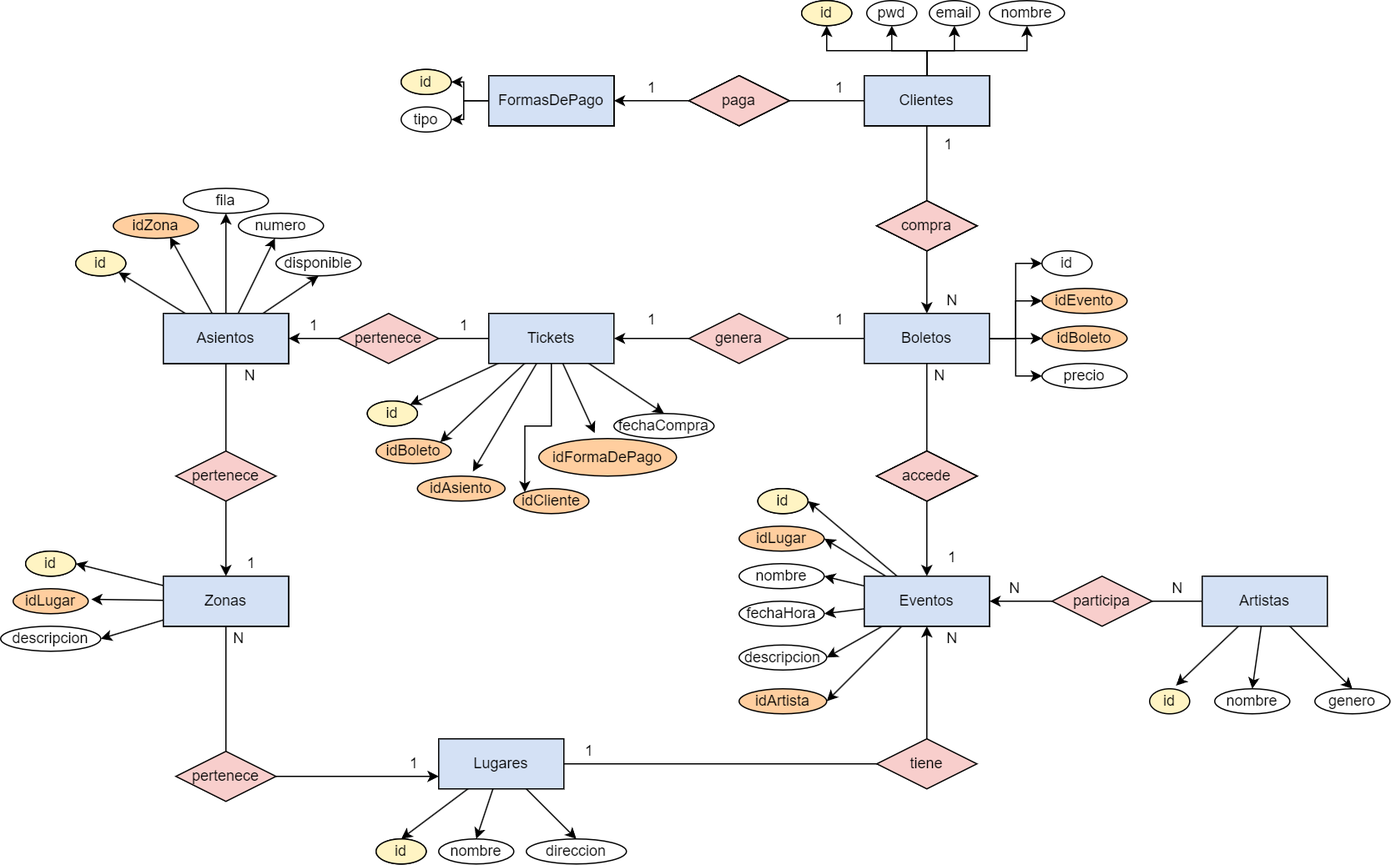
The draw.io diagram TicketMaster/img/Diagrama ER.png in Johann-28/TicketMaster, before a commit. Source tidied: cells renumbered, new cells last; positions are measured from the earlier drawing's top-left corner, leaving out a move shared by most shapes.
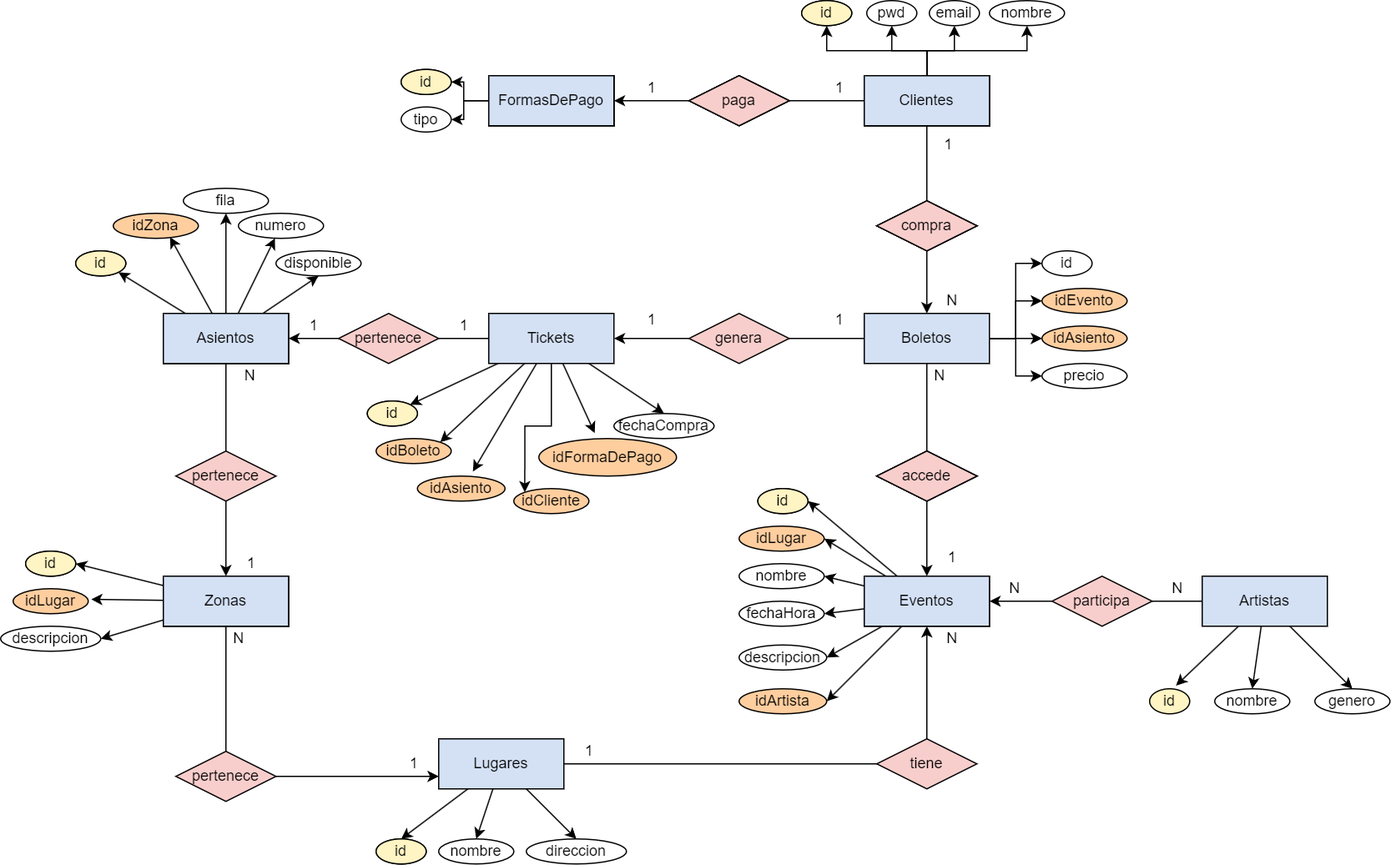
Later version of the same file.

Commit message:
cambiando imagen de diagrama

What changed in the source:
```diff
@@ -275,7 +275,7 @@
     <mxCell id="88" value="idEvento" style="ellipse;whiteSpace=wrap;html=1;fillColor=#FFCE9F;" parent="1" vertex="1">
       <mxGeometry x="832" y="230" width="68" height="20" as="geometry" />
     </mxCell>
-    <mxCell id="89" value="idBoleto" style="ellipse;whiteSpace=wrap;html=1;fillColor=#FFCE9F;" parent="1" vertex="1">
+    <mxCell id="89" value="idAsiento&lt;br&gt;" style="ellipse;whiteSpace=wrap;html=1;fillColor=#FFCE9F;" parent="1" vertex="1">
       <mxGeometry x="832" y="260" width="68" height="20" as="geometry" />
     </mxCell>
     <mxCell id="90" value="precio" style="ellipse;whiteSpace=wrap;html=1;" parent="1" vertex="1">
```
